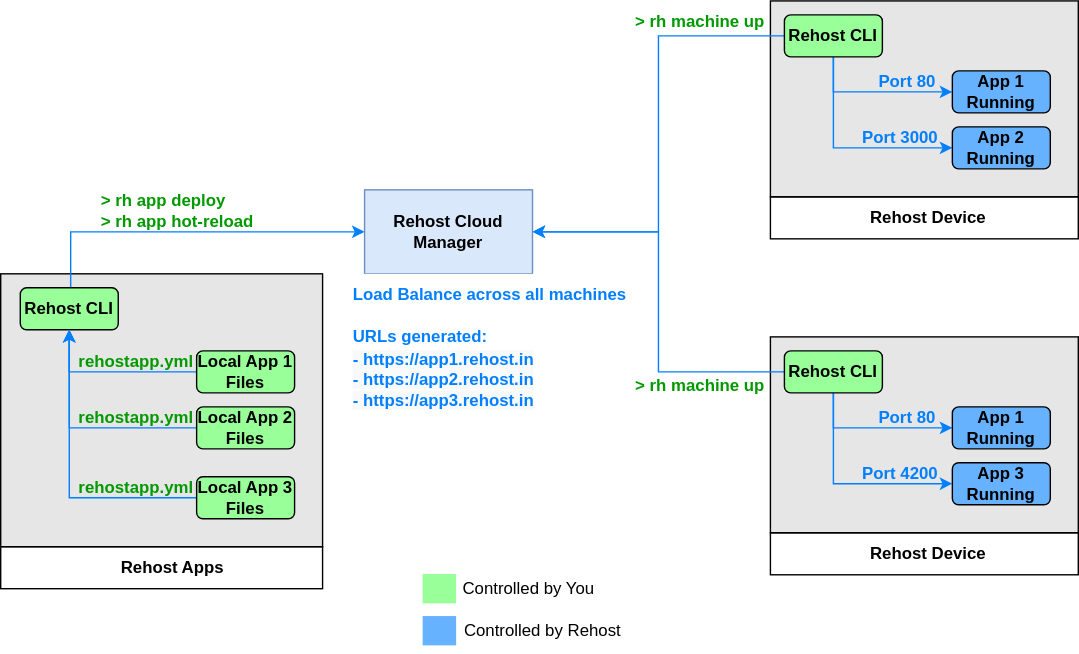
The draw.io diagram images/RehostArchitecture.svg in Rehost-Startup/docs, before a commit. Source tidied: cells renumbered, new cells last; positions are measured from the earlier drawing's top-left corner, leaving out a move shared by most shapes.
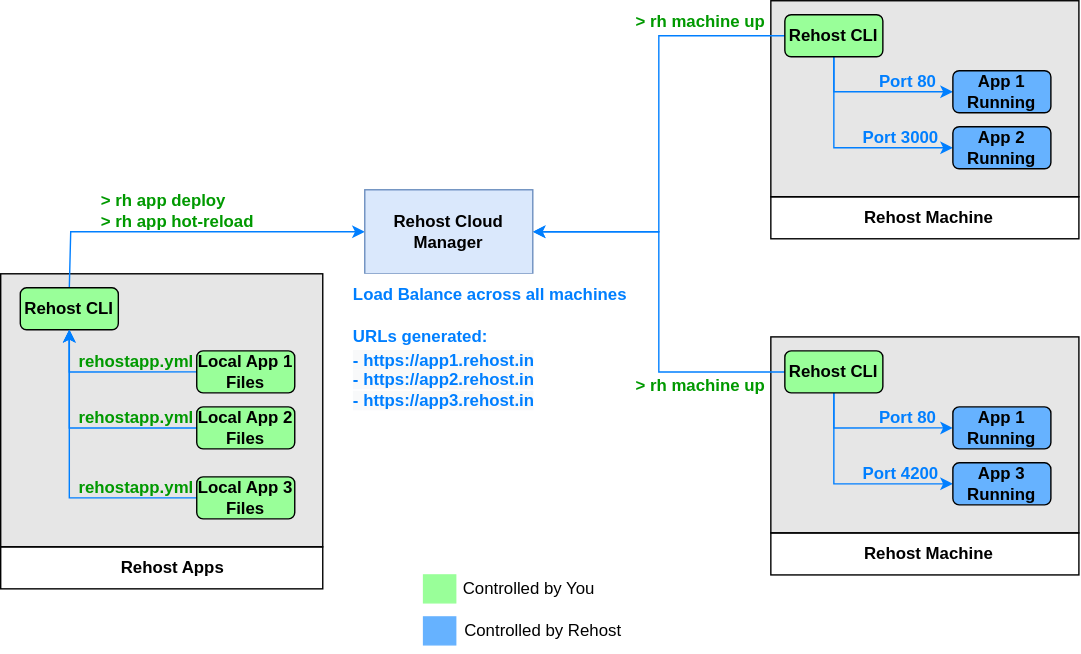
After the change.

Change to the diagram source:
```diff
@@ -5,7 +5,7 @@
     <mxCell id="2" style="rounded=0;whiteSpace=wrap;html=1;fillColor=#E6E6E6;" parent="1" vertex="1">
       <mxGeometry x="550" width="220" height="140" as="geometry" />
     </mxCell>
-    <mxCell id="3" value="&lt;b&gt;Rehost Device&lt;/b&gt;" style="text;html=1;strokeColor=none;fillColor=none;align=center;verticalAlign=middle;whiteSpace=wrap;rounded=0;" parent="1" vertex="1">
+    <mxCell id="3" value="&lt;b&gt;Rehost Machine&lt;/b&gt;" style="text;html=1;strokeColor=none;fillColor=none;align=center;verticalAlign=middle;whiteSpace=wrap;rounded=0;" parent="1" vertex="1">
       <mxGeometry x="613" y="140" width="100" height="30" as="geometry" />
     </mxCell>
     <mxCell id="4" style="rounded=0;whiteSpace=wrap;html=1;fillColor=#E6E6E6;" parent="1" vertex="1">
@@ -153,7 +153,7 @@
     <mxCell id="42" value="&lt;b&gt;&lt;font color=&quot;#009900&quot;&gt;rehostapp.yml&lt;/font&gt;&lt;/b&gt;" style="text;html=1;strokeColor=none;fillColor=none;align=center;verticalAlign=middle;whiteSpace=wrap;rounded=0;fontColor=#007FFF;" parent="1" vertex="1">
       <mxGeometry x="67" y="243.1" width="60" height="30" as="geometry" />
     </mxCell>
-    <mxCell id="43" value="&lt;b&gt;Rehost Device&lt;/b&gt;" style="text;html=1;strokeColor=none;fillColor=none;align=center;verticalAlign=middle;whiteSpace=wrap;rounded=0;" parent="1" vertex="1">
+    <mxCell id="43" value="&lt;b&gt;Rehost Machine&lt;/b&gt;" style="text;html=1;strokeColor=none;fillColor=none;align=center;verticalAlign=middle;whiteSpace=wrap;rounded=0;" parent="1" vertex="1">
       <mxGeometry x="613" y="380.1" width="100" height="30" as="geometry" />
     </mxCell>
     <mxCell id="44" style="rounded=0;whiteSpace=wrap;html=1;fillColor=none;" parent="1" vertex="1">
```
